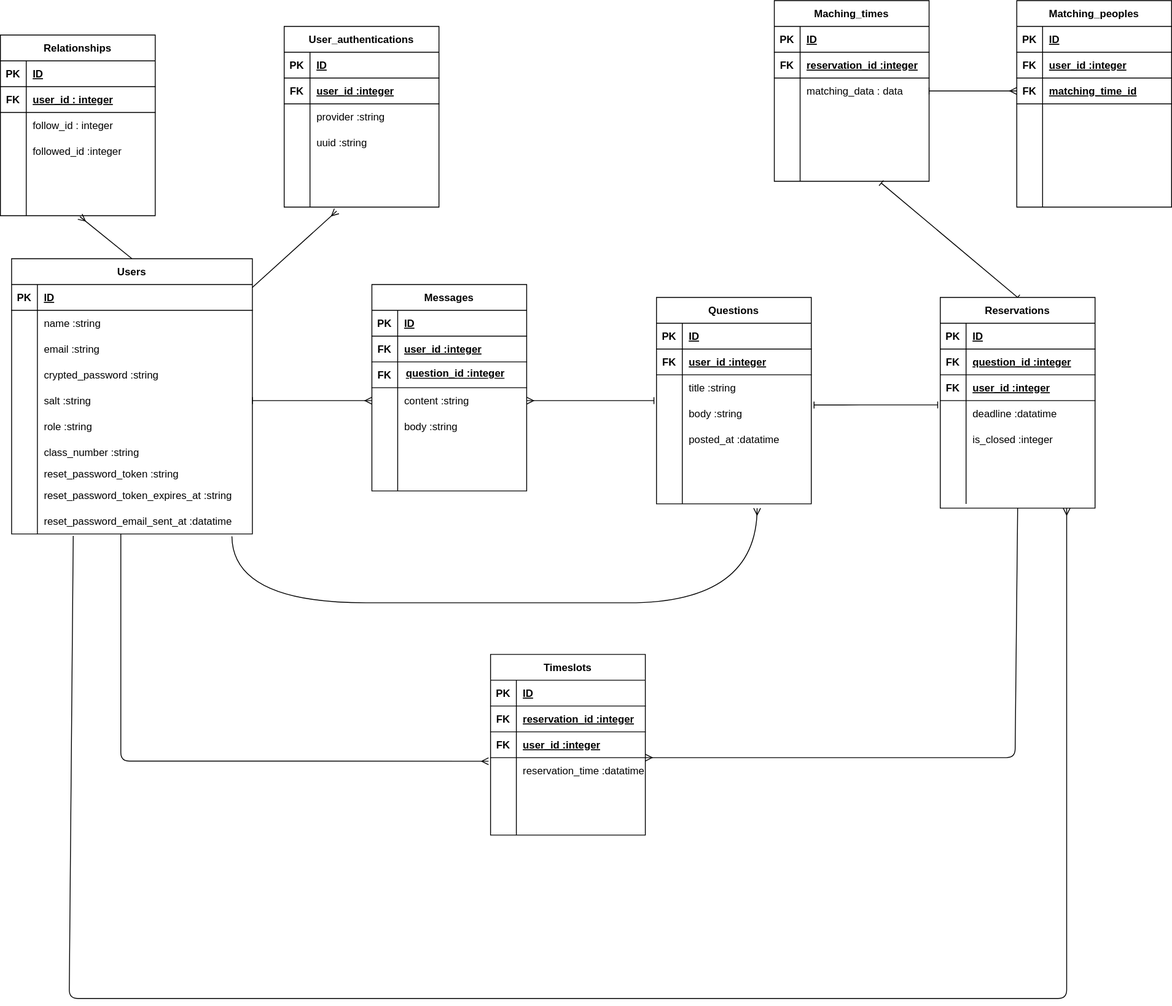
The draw.io diagram link_discord.svg in ys1227/link_discord, before a commit. Source tidied: cells renumbered, new cells last; positions are measured from the earlier drawing's top-left corner, leaving out a move shared by most shapes.
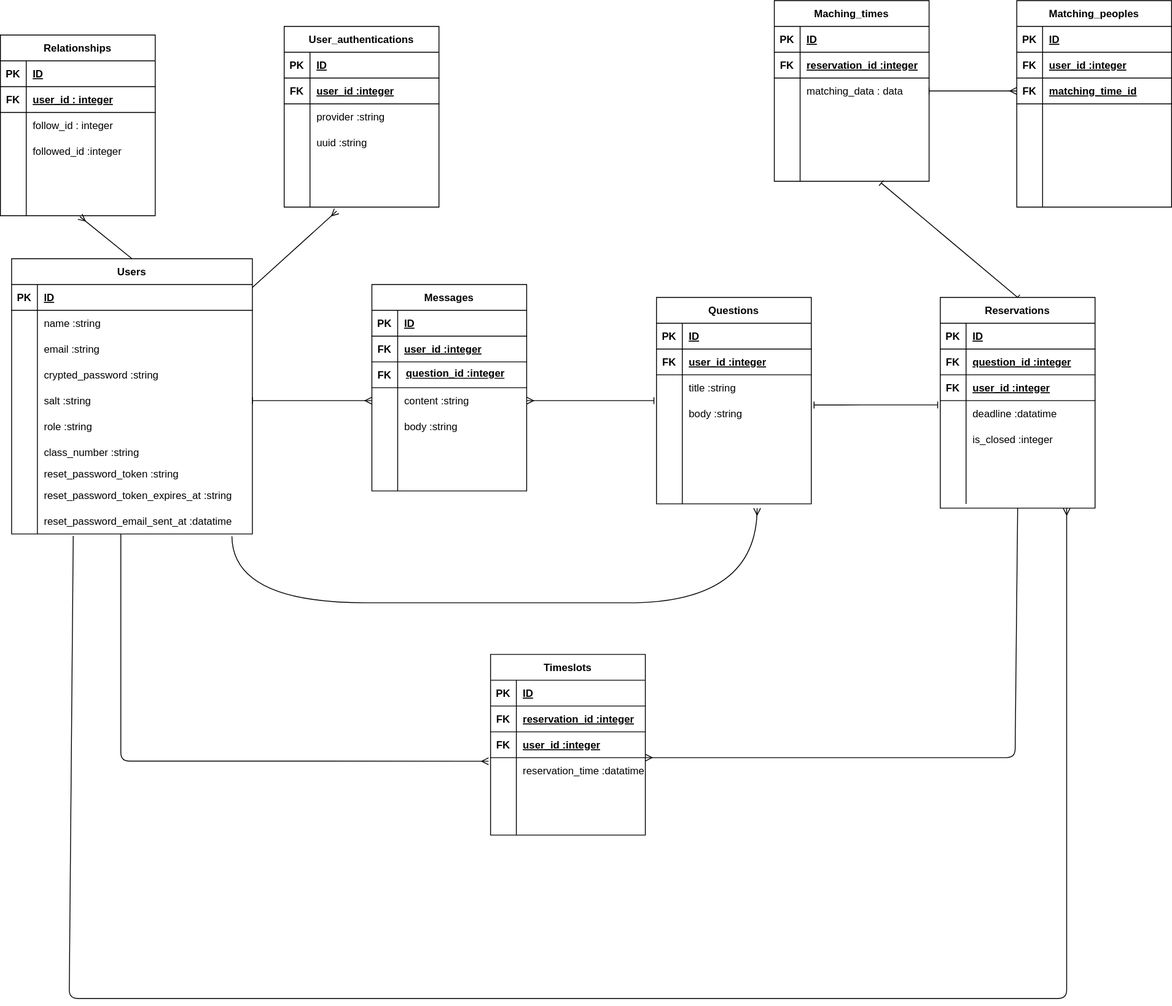
The same diagram one commit later.

Diff of the diagram source:
```diff
@@ -187,7 +187,7 @@
     <mxCell id="53" style="shape=partialRectangle;fillColor=none;top=0;left=0;bottom=0;right=0;overflow=hidden;labelBackgroundColor=none;" parent="52" vertex="1">
       <mxGeometry width="30" height="30" as="geometry" />
     </mxCell>
-    <mxCell id="54" value="posted_at :datatime" style="shape=partialRectangle;fillColor=none;top=0;left=0;bottom=0;right=0;align=left;spacingLeft=6;overflow=hidden;labelBackgroundColor=none;" parent="52" vertex="1">
+    <mxCell id="54" style="shape=partialRectangle;fillColor=none;top=0;left=0;bottom=0;right=0;align=left;spacingLeft=6;overflow=hidden;labelBackgroundColor=none;" parent="52" vertex="1">
       <mxGeometry x="30" width="150" height="30" as="geometry" />
     </mxCell>
     <mxCell id="55" style="shape=tableRow;horizontal=0;startSize=0;swimlaneHead=0;swimlaneBody=0;fillColor=none;top=0;left=0;right=0;bottom=0;labelBackgroundColor=none;" parent="39" vertex="1">
```
